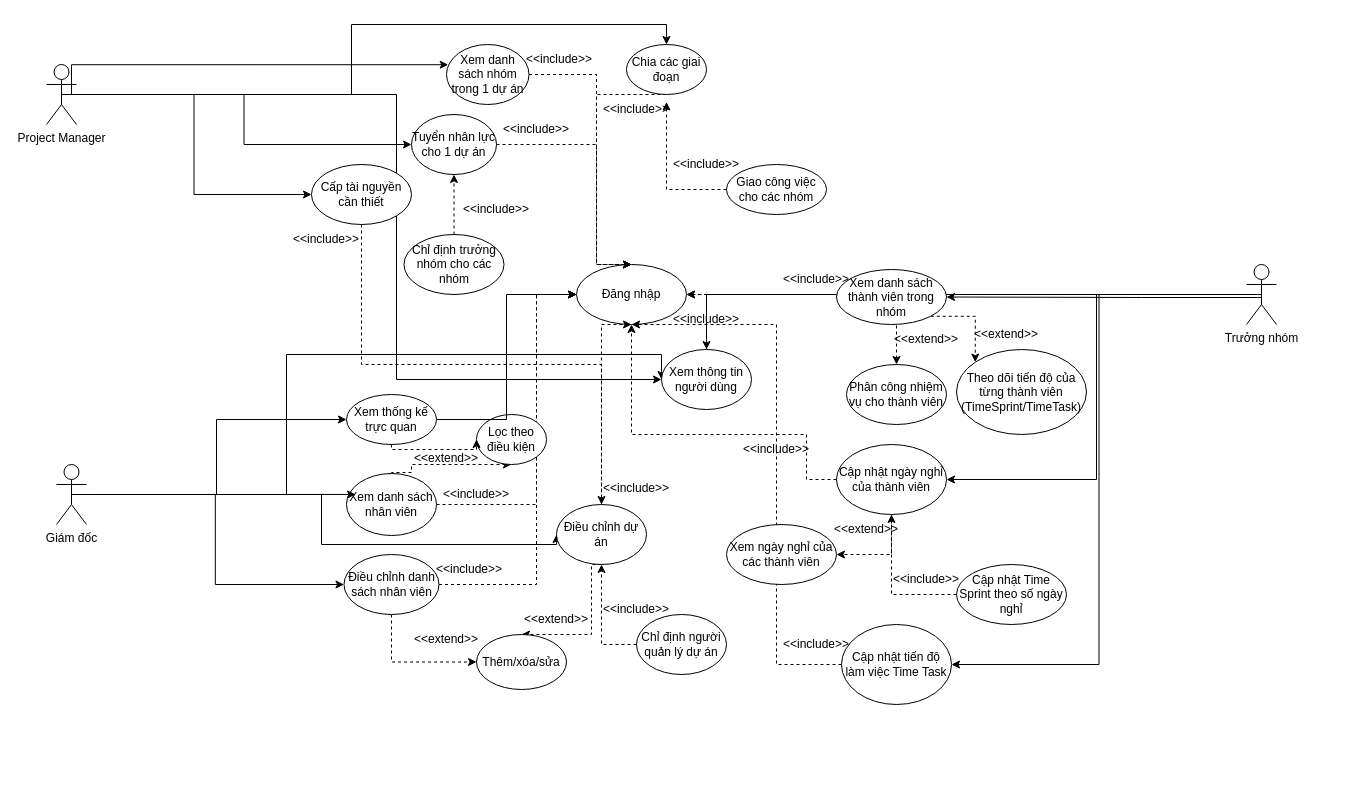
Earlier version of the draw.io diagram model/QLDA_usecase.drawio (Narius2030/Project-Management-App). Source tidied: cells renumbered, new cells numbered last; positions are measured from the earlier drawing's top-left corner, leaving out a move shared by most shapes. Both pictures are drawn from the tidied source at 100%, with x=0, y=0 at pixel (46, 44).
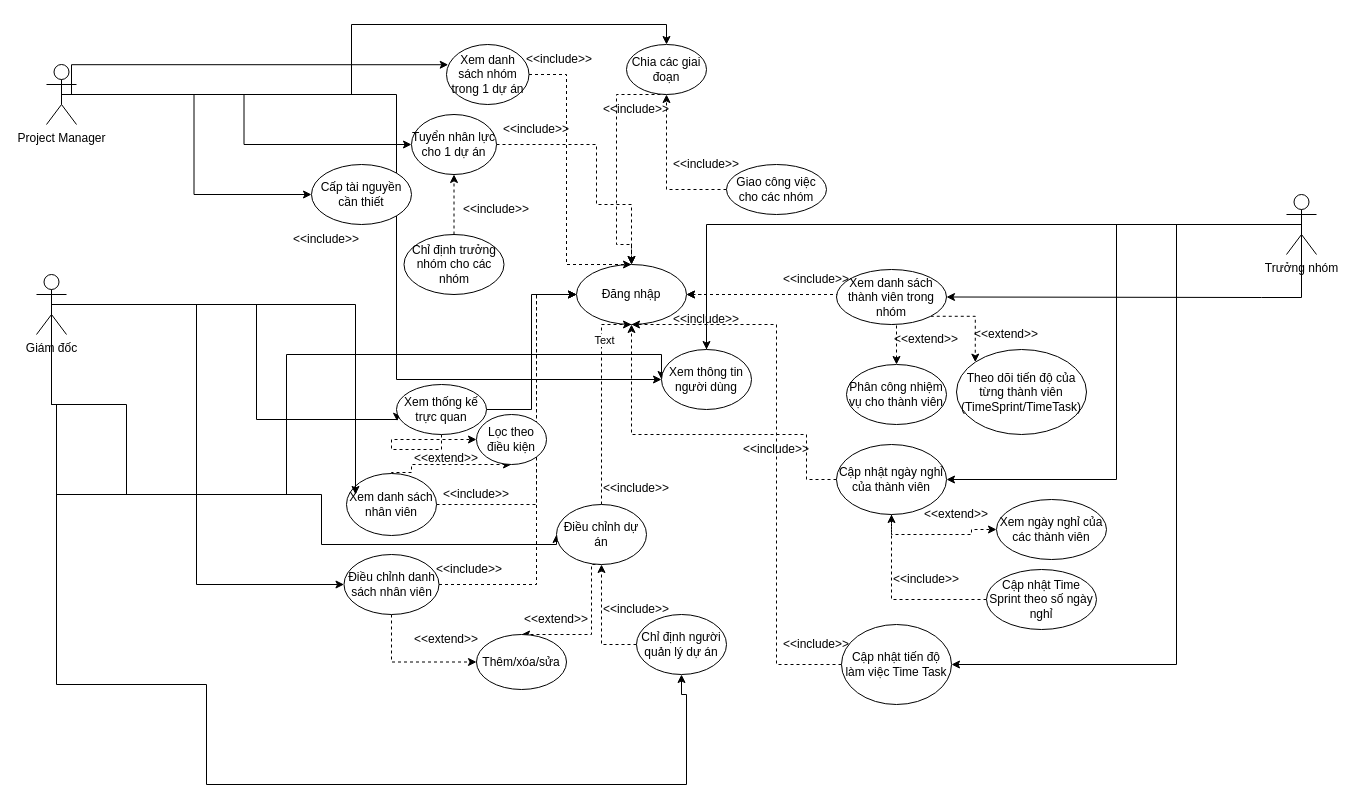
The same diagram, later.

Unchanged cells that the change refers to:
```xml
<mxCell id="6" value="Project Manager" style="shape=umlActor;verticalLabelPosition=bottom;verticalAlign=top;html=1;outlineConnect=0;" parent="1" vertex="1">
  <mxGeometry y="20" width="30" height="60" as="geometry" />
</mxCell>
<mxCell id="17" value="Đăng nhập" style="ellipse;whiteSpace=wrap;html=1;" parent="1" vertex="1">
  <mxGeometry x="530" y="220" width="110" height="60" as="geometry" />
</mxCell>
<mxCell id="25" value="Điều chỉnh danh sách nhân viên" style="ellipse;whiteSpace=wrap;html=1;" parent="1" vertex="1">
  <mxGeometry x="297.5" y="510" width="95" height="60" as="geometry" />
</mxCell>
<mxCell id="34" style="edgeStyle=orthogonalEdgeStyle;rounded=0;jettySize=auto;html=1;exitX=0.5;exitY=0;exitDx=0;exitDy=0;entryX=0.5;entryY=1;entryDx=0;entryDy=0;dashed=1;" parent="1" edge="1" source="35" target="17">
  <mxGeometry relative="1" as="geometry">
    <Array as="points">
      <mxPoint x="555" y="280" />
    </Array>
  </mxGeometry>
</mxCell>
<mxCell id="35" value="Điều chỉnh dự án" style="ellipse;whiteSpace=wrap;html=1;" parent="1" vertex="1">
  <mxGeometry x="510" y="460" width="90" height="60" as="geometry" />
</mxCell>
<mxCell id="39" value="Chỉ định người quản lý dự án" style="ellipse;whiteSpace=wrap;html=1;" parent="1" vertex="1">
  <mxGeometry x="590" y="570" width="90" height="60" as="geometry" />
</mxCell>
<mxCell id="43" value="Xem danh sách nhóm trong 1 dự án" style="ellipse;whiteSpace=wrap;html=1;" parent="1" vertex="1">
  <mxGeometry x="400" width="82.5" height="60" as="geometry" />
</mxCell>
<mxCell id="47" value="Tuyển nhân lực cho 1 dự án" style="ellipse;whiteSpace=wrap;html=1;" parent="1" vertex="1">
  <mxGeometry x="365" y="70" width="85" height="60" as="geometry" />
</mxCell>
<mxCell id="53" value="Chia các giai đoạn" style="ellipse;whiteSpace=wrap;html=1;" parent="1" vertex="1">
  <mxGeometry x="580" width="80" height="50" as="geometry" />
</mxCell>
<mxCell id="54" value="&amp;lt;&amp;lt;include&amp;gt;&amp;gt;" style="text;html=1;strokeColor=none;fillColor=none;align=center;verticalAlign=middle;whiteSpace=wrap;rounded=0;" parent="1" vertex="1">
  <mxGeometry x="560" y="50" width="60" height="30" as="geometry" />
</mxCell>
<mxCell id="56" value="Giao công việc cho các nhóm" style="ellipse;whiteSpace=wrap;html=1;" parent="1" vertex="1">
  <mxGeometry x="680" y="120" width="100" height="50" as="geometry" />
</mxCell>
<mxCell id="63" value="Xem thông tin người dùng" style="ellipse;whiteSpace=wrap;html=1;" parent="1" vertex="1">
  <mxGeometry x="615" y="305" width="90" height="60" as="geometry" />
</mxCell>
<mxCell id="70" value="Cập nhật ngày nghỉ của thành viên" style="ellipse;whiteSpace=wrap;html=1;" parent="1" vertex="1">
  <mxGeometry x="790" y="400" width="110" height="70" as="geometry" />
</mxCell>
<mxCell id="76" value="Cập nhật tiến độ làm việc Time Task" style="ellipse;whiteSpace=wrap;html=1;" parent="1" vertex="1">
  <mxGeometry x="795" y="580" width="110" height="80" as="geometry" />
</mxCell>
<mxCell id="82" value="Cấp tài nguyền cần thiết" style="ellipse;whiteSpace=wrap;html=1;" parent="1" vertex="1">
  <mxGeometry x="265" y="120" width="100" height="60" as="geometry" />
</mxCell>
```

What changed in the source:
```diff
@@
     <mxCell id="9" style="edgeStyle=orthogonalEdgeStyle;rounded=0;jettySize=auto;html=1;exitX=0.5;exitY=0.5;exitDx=0;exitDy=0;exitPerimeter=0;entryX=1;entryY=0.5;entryDx=0;entryDy=0;" parent="1" edge="1" source="11" target="76">
-      <mxGeometry relative="1" as="geometry" />
+      <mxGeometry relative="1" as="geometry">
+        <Array as="points">
+          <mxPoint x="1130" y="180" />
+          <mxPoint x="1130" y="620" />
+        </Array>
+      </mxGeometry>
     </mxCell>
@@
     <mxCell id="11" value="Trưởng nhóm" style="shape=umlActor;verticalLabelPosition=bottom;verticalAlign=top;html=1;outlineConnect=0;" parent="1" vertex="1">
-      <mxGeometry x="1200" y="220" width="30" height="60" as="geometry" />
+      <mxGeometry x="1240" y="150" width="30" height="60" as="geometry" />
     </mxCell>
     <mxCell id="12" style="edgeStyle=orthogonalEdgeStyle;rounded=0;jettySize=auto;html=1;exitX=0.5;exitY=0.5;exitDx=0;exitDy=0;exitPerimeter=0;entryX=0;entryY=0.5;entryDx=0;entryDy=0;" parent="1" edge="1" source="16" target="25">
-      <mxGeometry relative="1" as="geometry" />
+      <mxGeometry relative="1" as="geometry">
+        <Array as="points">
+          <mxPoint x="150" y="260" />
+          <mxPoint x="150" y="540" />
+        </Array>
+      </mxGeometry>
     </mxCell>
-    <mxCell id="13" style="edgeStyle=orthogonalEdgeStyle;rounded=0;jettySize=auto;html=1;exitX=0.5;exitY=0.5;exitDx=0;exitDy=0;exitPerimeter=0;entryX=0;entryY=0.5;entryDx=0;entryDy=0;" parent="1" edge="1" source="16" target="32">
-      <mxGeometry relative="1" as="geometry" />
+    <mxCell id="13" style="edgeStyle=orthogonalEdgeStyle;rounded=0;jettySize=auto;html=1;exitX=0.5;exitY=0.5;exitDx=0;exitDy=0;exitPerimeter=0;entryX=0.007;entryY=0.734;entryDx=0;entryDy=0;entryPerimeter=0;" parent="1" edge="1" source="16" target="32">
+      <mxGeometry relative="1" as="geometry">
+        <Array as="points">
+          <mxPoint x="210" y="260" />
+          <mxPoint x="210" y="375" />
+          <mxPoint x="351" y="375" />
+        </Array>
+      </mxGeometry>
     </mxCell>
     <mxCell id="14" style="edgeStyle=orthogonalEdgeStyle;rounded=0;jettySize=auto;html=1;exitX=0.5;exitY=0.5;exitDx=0;exitDy=0;exitPerimeter=0;entryX=0;entryY=0.5;entryDx=0;entryDy=0;" parent="1" edge="1" source="16" target="35">
       <mxGeometry relative="1" as="geometry">
         <Array as="points">
+          <mxPoint x="5" y="360" />
+          <mxPoint x="80" y="360" />
+          <mxPoint x="80" y="450" />
           <mxPoint x="275" y="450" />
           <mxPoint x="275" y="500" />
           <mxPoint x="510" y="500" />
         </Array>
       </mxGeometry>
     </mxCell>
-    <mxCell id="15" style="edgeStyle=orthogonalEdgeStyle;rounded=0;jettySize=auto;html=1;exitX=0.5;exitY=0.5;exitDx=0;exitDy=0;exitPerimeter=0;entryX=0;entryY=0.5;entryDx=0;entryDy=0;" parent="1" edge="1" source="16" target="63">
+    <mxCell id="15" style="edgeStyle=orthogonalEdgeStyle;rounded=0;jettySize=auto;html=1;entryX=0;entryY=0.5;entryDx=0;entryDy=0;" parent="1" edge="1" target="63">
       <mxGeometry relative="1" as="geometry">
+        <mxPoint x="10" y="400" as="sourcePoint" />
         <Array as="points">
           <mxPoint x="240" y="450" />
           <mxPoint x="240" y="310" />
         </Array>
       </mxGeometry>
     </mxCell>
+    <mxCell id="85" style="edgeStyle=orthogonalEdgeStyle;rounded=0;jettySize=auto;html=1;entryX=0.5;entryY=1;entryDx=0;entryDy=0;exitX=0.5;exitY=0.5;exitDx=0;exitDy=0;exitPerimeter=0;" parent="1" edge="1" source="16" target="39">
+      <mxGeometry relative="1" as="geometry">
+        <Array as="points">
+          <mxPoint x="10" y="360" />
+          <mxPoint x="10" y="640" />
+          <mxPoint x="160" y="640" />
+          <mxPoint x="160" y="740" />
+          <mxPoint x="640" y="740" />
+          <mxPoint x="640" y="650" />
+          <mxPoint x="635" y="650" />
+        </Array>
+      </mxGeometry>
+    </mxCell>
     <mxCell id="16" value="Giám đốc" style="shape=umlActor;verticalLabelPosition=bottom;verticalAlign=top;html=1;outlineConnect=0;" parent="1" vertex="1">
-      <mxGeometry x="10" y="420" width="30" height="60" as="geometry" />
+      <mxGeometry x="-10" y="230" width="30" height="60" as="geometry" />
     </mxCell>
@@
     <mxCell id="32" value="Xem thống kế trực quan" style="ellipse;whiteSpace=wrap;html=1;" parent="1" vertex="1">
-      <mxGeometry x="300" y="350" width="90" height="50" as="geometry" />
+      <mxGeometry x="350" y="340" width="90" height="50" as="geometry" />
     </mxCell>
@@
+    <mxCell id="86" value="Text" style="edgeLabel;html=1;align=center;verticalAlign=middle;" parent="34" vertex="1">
+      <mxGeometry x="0.57" y="-2" relative="1" as="geometry" />
+    </mxCell>
@@
     <mxCell id="42" style="edgeStyle=orthogonalEdgeStyle;rounded=0;jettySize=auto;html=1;exitX=1;exitY=0.5;exitDx=0;exitDy=0;entryX=0.5;entryY=0;entryDx=0;entryDy=0;dashed=1;" parent="1" edge="1" source="43" target="17">
       <mxGeometry relative="1" as="geometry">
         <Array as="points">
-          <mxPoint x="550" y="30" />
-          <mxPoint x="550" y="220" />
+          <mxPoint x="520" y="30" />
+          <mxPoint x="520" y="220" />
         </Array>
       </mxGeometry>
     </mxCell>
@@
-    <mxCell id="44" style="edgeStyle=orthogonalEdgeStyle;rounded=0;jettySize=auto;html=1;exitX=0.5;exitY=0.5;exitDx=0;exitDy=0;exitPerimeter=0;entryX=0.021;entryY=0.337;entryDx=0;entryDy=0;entryPerimeter=0;" parent="1" edge="1" source="6" target="43">
+    <mxCell id="44" style="edgeStyle=orthogonalEdgeStyle;rounded=0;jettySize=auto;html=1;entryX=0.021;entryY=0.337;entryDx=0;entryDy=0;entryPerimeter=0;" parent="1" edge="1" target="43">
       <mxGeometry relative="1" as="geometry">
+        <mxPoint x="15" y="50" as="sourcePoint" />
         <Array as="points">
           <mxPoint x="25" y="50" />
         </Array>
       </mxGeometry>
     </mxCell>
@@
     <mxCell id="46" style="edgeStyle=orthogonalEdgeStyle;rounded=0;jettySize=auto;html=1;exitX=1;exitY=0.5;exitDx=0;exitDy=0;entryX=0.5;entryY=0;entryDx=0;entryDy=0;dashed=1;" parent="1" edge="1" source="47" target="17">
       <mxGeometry relative="1" as="geometry">
         <Array as="points">
           <mxPoint x="550" y="100" />
-          <mxPoint x="550" y="220" />
+          <mxPoint x="550" y="160" />
+          <mxPoint x="585" y="160" />
         </Array>
       </mxGeometry>
     </mxCell>
@@
     <mxCell id="52" style="edgeStyle=orthogonalEdgeStyle;rounded=0;jettySize=auto;html=1;exitX=0.5;exitY=1;exitDx=0;exitDy=0;entryX=0.5;entryY=0;entryDx=0;entryDy=0;dashed=1;" parent="1" edge="1" source="53" target="17">
       <mxGeometry relative="1" as="geometry">
         <Array as="points">
-          <mxPoint x="550" y="50" />
-          <mxPoint x="550" y="220" />
+          <mxPoint x="570" y="50" />
+          <mxPoint x="570" y="200" />
+          <mxPoint x="585" y="200" />
         </Array>
       </mxGeometry>
     </mxCell>
@@
-    <mxCell id="55" style="edgeStyle=orthogonalEdgeStyle;rounded=0;jettySize=auto;html=1;exitX=0;exitY=0.5;exitDx=0;exitDy=0;entryX=1;entryY=0.25;entryDx=0;entryDy=0;dashed=1;" parent="1" edge="1" source="56" target="54">
+    <mxCell id="55" style="edgeStyle=orthogonalEdgeStyle;rounded=0;jettySize=auto;html=1;exitX=0;exitY=0.5;exitDx=0;exitDy=0;entryX=1;entryY=0;entryDx=0;entryDy=0;dashed=1;" parent="1" edge="1" source="56" target="54">
       <mxGeometry relative="1" as="geometry">
         <Array as="points">
           <mxPoint x="620" y="145" />
         </Array>
       </mxGeometry>
     </mxCell>
@@
-    <mxCell id="69" style="edgeStyle=orthogonalEdgeStyle;rounded=0;jettySize=auto;html=1;exitX=0.5;exitY=1;exitDx=0;exitDy=0;entryX=1;entryY=0.5;entryDx=0;entryDy=0;dashed=1;" parent="1" edge="1" source="70" target="79">
+    <mxCell id="69" style="edgeStyle=orthogonalEdgeStyle;rounded=0;jettySize=auto;html=1;exitX=0.5;exitY=1;exitDx=0;exitDy=0;entryX=0;entryY=0.5;entryDx=0;entryDy=0;dashed=1;" parent="1" edge="1" source="70" target="79">
       <mxGeometry relative="1" as="geometry" />
     </mxCell>
@@
     <mxCell id="73" value="Cập nhật Time Sprint theo số ngày nghỉ" style="ellipse;whiteSpace=wrap;html=1;" parent="1" vertex="1">
-      <mxGeometry x="910" y="520" width="110" height="60" as="geometry" />
+      <mxGeometry x="940" y="525" width="110" height="60" as="geometry" />
     </mxCell>
     <mxCell id="74" value="&amp;lt;&amp;lt;extend&amp;gt;&amp;gt;" style="text;html=1;strokeColor=none;fillColor=none;align=center;verticalAlign=middle;whiteSpace=wrap;rounded=0;" parent="1" vertex="1">
-      <mxGeometry x="790" y="470" width="60" height="30" as="geometry" />
+      <mxGeometry x="880" y="455" width="60" height="30" as="geometry" />
     </mxCell>
@@
     <mxCell id="79" value="Xem ngày nghỉ của các thành viên" style="ellipse;whiteSpace=wrap;html=1;" parent="1" vertex="1">
-      <mxGeometry x="680" y="480" width="110" height="60" as="geometry" />
+      <mxGeometry x="950" y="455" width="110" height="60" as="geometry" />
     </mxCell>
@@
-    <mxCell id="81" style="edgeStyle=orthogonalEdgeStyle;rounded=0;jettySize=auto;html=1;exitX=0.5;exitY=1;exitDx=0;exitDy=0;entryX=0.5;entryY=0;entryDx=0;entryDy=0;dashed=1;" parent="1" edge="1" source="82" target="35">
-      <mxGeometry relative="1" as="geometry" />
-    </mxCell>
```
